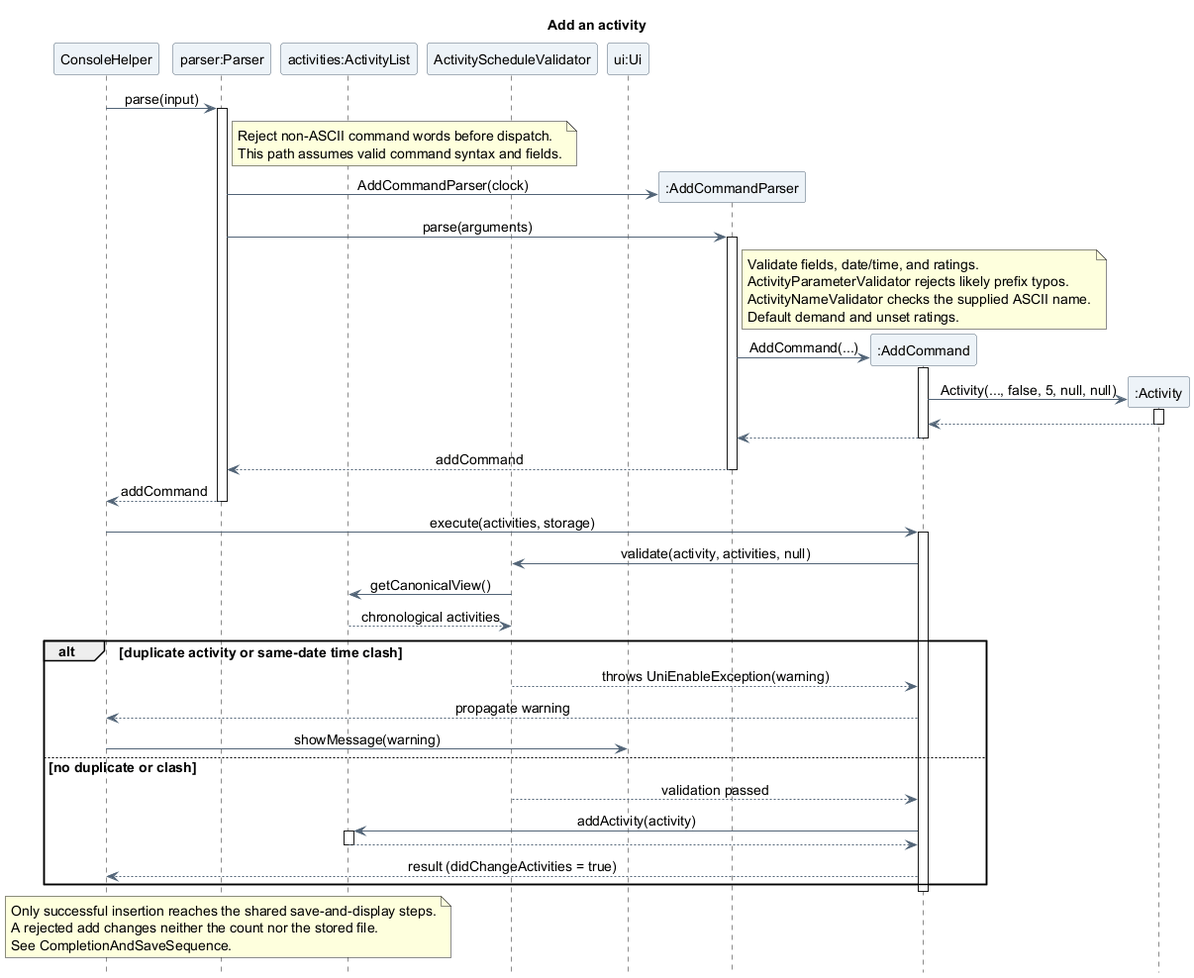
Earlier version of the PlantUML export docs/images/atharva/sequence/AddActivitySequence.png (AY2627S1-CS2113-T10-4/tp).
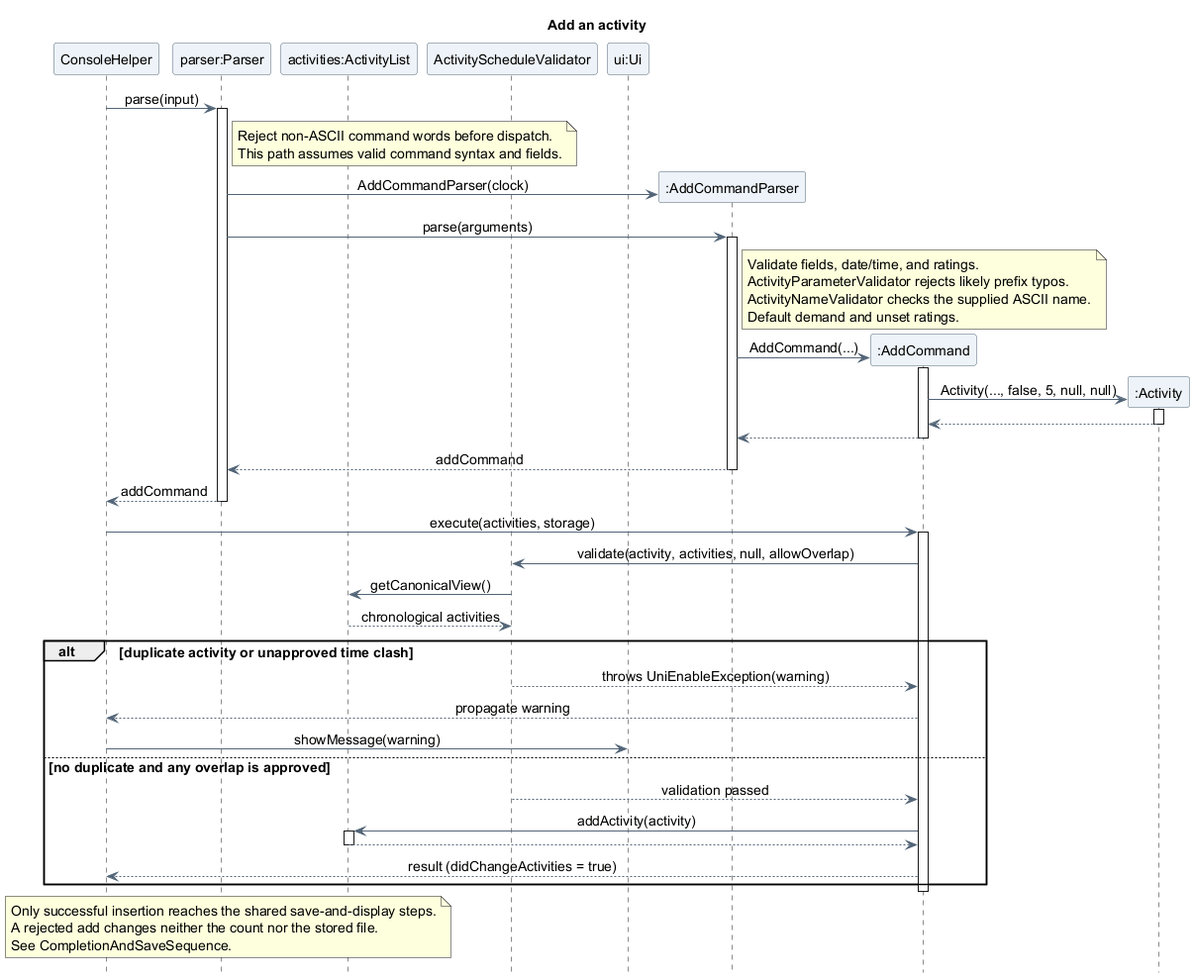
The same diagram one commit later.

The edit, as a diff of the source:
```diff
@@ -49,14 +49,14 @@
 
 Console -> Add : execute(activities, storage)
 activate Add
-Add -> Schedule : validate(activity, activities, null)
+Add -> Schedule : validate(activity, activities, null, allowOverlap)
 Schedule -> Activities : getCanonicalView()
 Activities --> Schedule : chronological activities
-alt duplicate activity or same-date time clash
+alt duplicate activity or unapproved time clash
   Schedule --> Add : throws UniEnableException(warning)
   Add --> Console : propagate warning
   Console -> UI : showMessage(warning)
-else no duplicate or clash
+else no duplicate and any overlap is approved
   Schedule --> Add : validation passed
   Add -> Activities : addActivity(activity)
   activate Activities
```
